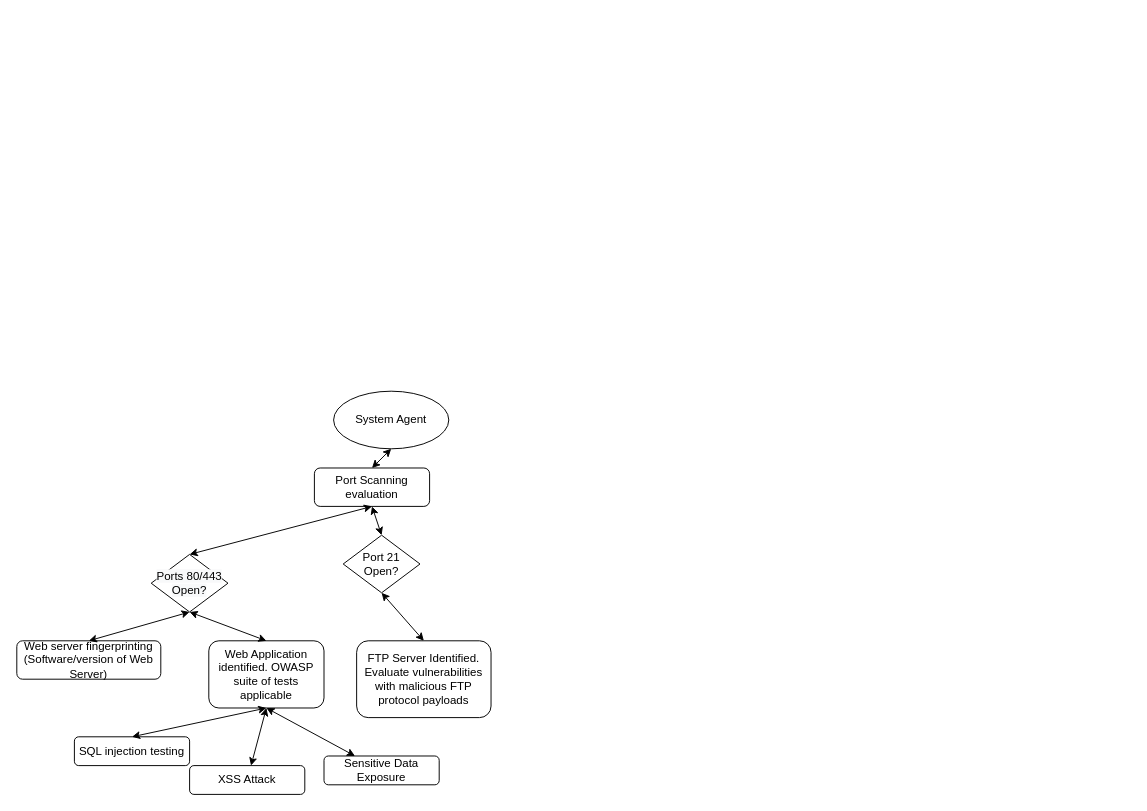
crystalz411/LinkBoard keeps this draw.io diagram as AttackTree.drawio. Above is the earlier version. Source tidied: cells renumbered, new cells numbered last; positions are measured from the earlier drawing's top-left corner, leaving out a move shared by most shapes. Both pictures are drawn from the tidied source at 96%, with x=0, y=0 at pixel (16, 391).
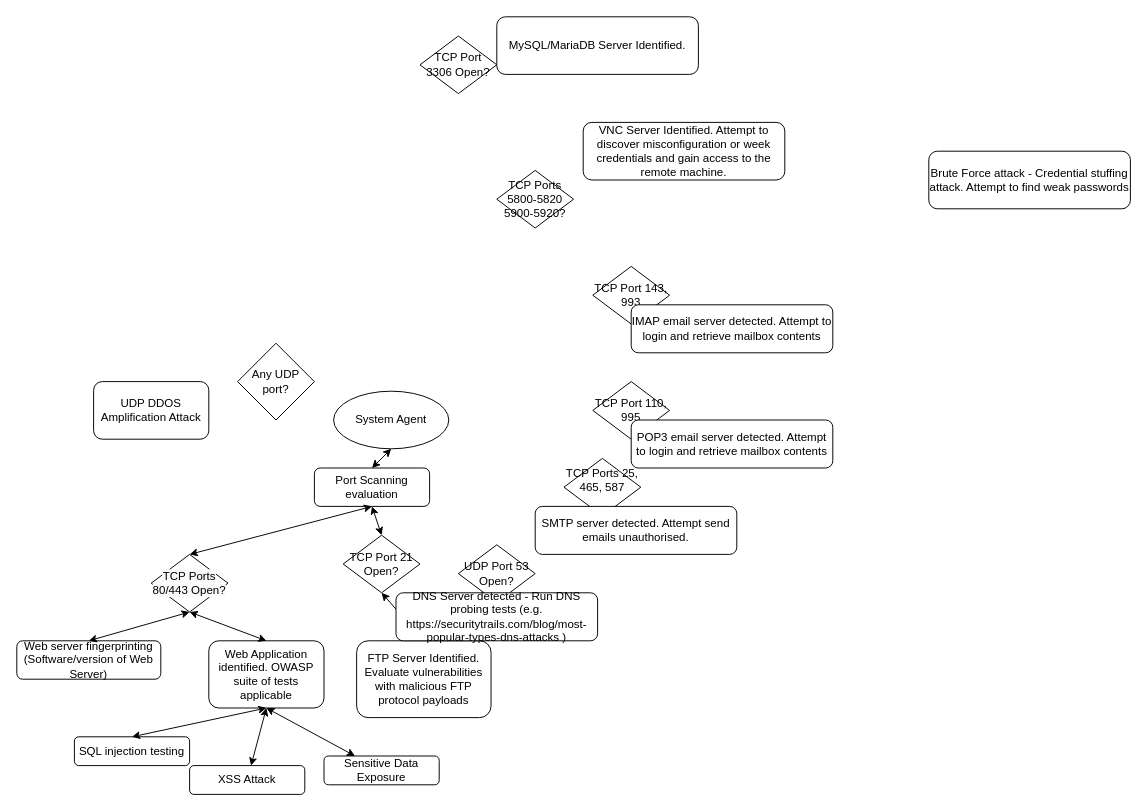
The same page after the edit.

What changed in the source:
```diff
@@
-    <mxCell id="19" value="&#10;&#10;&lt;span style=&quot;color: rgb(0, 0, 0); font-family: helvetica; font-size: 12px; font-style: normal; font-weight: 400; letter-spacing: normal; text-align: center; text-indent: 0px; text-transform: none; word-spacing: 0px; background-color: rgb(248, 249, 250); display: inline; float: none;&quot;&gt;Ports 80/443 Open?&lt;/span&gt;&#10;&#10;" style="rhombus;whiteSpace=wrap;html=1;" parent="1" vertex="1">
+    <mxCell id="19" value="&lt;span style=&quot;color: rgb(0 , 0 , 0) ; font-family: &amp;#34;helvetica&amp;#34; ; font-size: 12px ; font-style: normal ; font-weight: 400 ; letter-spacing: normal ; text-align: center ; text-indent: 0px ; text-transform: none ; word-spacing: 0px ; background-color: rgb(248 , 249 , 250) ; display: inline ; float: none&quot;&gt;TCP Ports 80/443 Open?&lt;/span&gt;" style="rhombus;whiteSpace=wrap;html=1;" parent="1" vertex="1">
       <mxGeometry x="140" y="170" width="80" height="60" as="geometry" />
     </mxCell>
-    <mxCell id="20" value="&lt;font face=&quot;helvetica&quot;&gt;Port 21 Open?&lt;/font&gt;" style="rhombus;whiteSpace=wrap;html=1;" parent="1" vertex="1">
+    <mxCell id="20" value="&lt;font face=&quot;helvetica&quot;&gt;TCP Port 21 Open?&lt;/font&gt;" style="rhombus;whiteSpace=wrap;html=1;" parent="1" vertex="1">
       <mxGeometry x="340" y="150" width="80" height="60" as="geometry" />
     </mxCell>
+    <mxCell id="21" value="&lt;font face=&quot;helvetica&quot;&gt;UDP Port 53 &lt;br&gt;Open?&lt;/font&gt;" style="rhombus;whiteSpace=wrap;html=1;" parent="1" vertex="1">
+      <mxGeometry x="460" y="160" width="80" height="60" as="geometry" />
+    </mxCell>
+    <mxCell id="22" value="DNS Server detected - Run DNS probing tests (e.g. https://securitytrails.com/blog/most-popular-types-dns-attacks )" style="rounded=1;whiteSpace=wrap;html=1;" parent="1" vertex="1">
+      <mxGeometry x="395" y="210" width="210" height="50" as="geometry" />
+    </mxCell>
+    <mxCell id="23" value="&lt;font face=&quot;helvetica&quot;&gt;TCP Ports 25, 465, 587&lt;br&gt;&amp;nbsp;&lt;/font&gt;" style="rhombus;whiteSpace=wrap;html=1;" parent="1" vertex="1">
+      <mxGeometry x="570" y="70" width="80" height="60" as="geometry" />
+    </mxCell>
+    <mxCell id="24" value="SMTP server detected. Attempt send emails unauthorised." style="rounded=1;whiteSpace=wrap;html=1;" parent="1" vertex="1">
+      <mxGeometry x="540" y="120" width="210" height="50" as="geometry" />
+    </mxCell>
+    <mxCell id="25" value="&lt;font face=&quot;helvetica&quot;&gt;TCP Port 110, 995&lt;/font&gt;" style="rhombus;whiteSpace=wrap;html=1;" parent="1" vertex="1">
+      <mxGeometry x="600" y="-10" width="80" height="60" as="geometry" />
+    </mxCell>
+    <mxCell id="26" value="POP3 email server detected. Attempt to login and retrieve mailbox contents" style="rounded=1;whiteSpace=wrap;html=1;" parent="1" vertex="1">
+      <mxGeometry x="640" y="30" width="210" height="50" as="geometry" />
+    </mxCell>
+    <mxCell id="27" value="&lt;font face=&quot;helvetica&quot;&gt;TCP Port 143, 993&lt;/font&gt;" style="rhombus;whiteSpace=wrap;html=1;" parent="1" vertex="1">
+      <mxGeometry x="600" y="-130" width="80" height="60" as="geometry" />
+    </mxCell>
+    <mxCell id="28" value="IMAP email server detected. Attempt to login and retrieve mailbox contents" style="rounded=1;whiteSpace=wrap;html=1;" parent="1" vertex="1">
+      <mxGeometry x="640" y="-90" width="210" height="50" as="geometry" />
+    </mxCell>
+    <mxCell id="29" value="Any UDP port?" style="rhombus;whiteSpace=wrap;html=1;" parent="1" vertex="1">
+      <mxGeometry x="230" y="-50" width="80" height="80" as="geometry" />
+    </mxCell>
+    <mxCell id="30" value="UDP DDOS Amplification Attack" style="rounded=1;whiteSpace=wrap;html=1;" parent="1" vertex="1">
+      <mxGeometry x="80" y="-10" width="120" height="60" as="geometry" />
+    </mxCell>
+    <mxCell id="31" value="&lt;font face=&quot;helvetica&quot;&gt;TCP Ports 5800-5820&lt;br&gt;5900-5920?&lt;br&gt;&lt;/font&gt;" style="rhombus;whiteSpace=wrap;html=1;" parent="1" vertex="1">
+      <mxGeometry x="500" y="-230" width="80" height="60" as="geometry" />
+    </mxCell>
+    <mxCell id="32" value="VNC Server Identified. Attempt to discover misconfiguration or week credentials and gain access to the remote machine." style="rounded=1;whiteSpace=wrap;html=1;" parent="1" vertex="1">
+      <mxGeometry x="590" y="-280" width="210" height="60" as="geometry" />
+    </mxCell>
+    <mxCell id="33" value="Brute Force attack - Credential stuffing attack. Attempt to find weak passwords" style="rounded=1;whiteSpace=wrap;html=1;" parent="1" vertex="1">
+      <mxGeometry x="950" y="-250" width="210" height="60" as="geometry" />
+    </mxCell>
+    <mxCell id="34" value="&lt;font face=&quot;helvetica&quot;&gt;TCP Port 3306 Open?&lt;br&gt;&lt;/font&gt;" style="rhombus;whiteSpace=wrap;html=1;" parent="1" vertex="1">
+      <mxGeometry x="420" y="-370" width="80" height="60" as="geometry" />
+    </mxCell>
+    <mxCell id="35" value="MySQL/MariaDB Server Identified." style="rounded=1;whiteSpace=wrap;html=1;" parent="1" vertex="1">
+      <mxGeometry x="500" y="-390" width="210" height="60" as="geometry" />
+    </mxCell>
```
